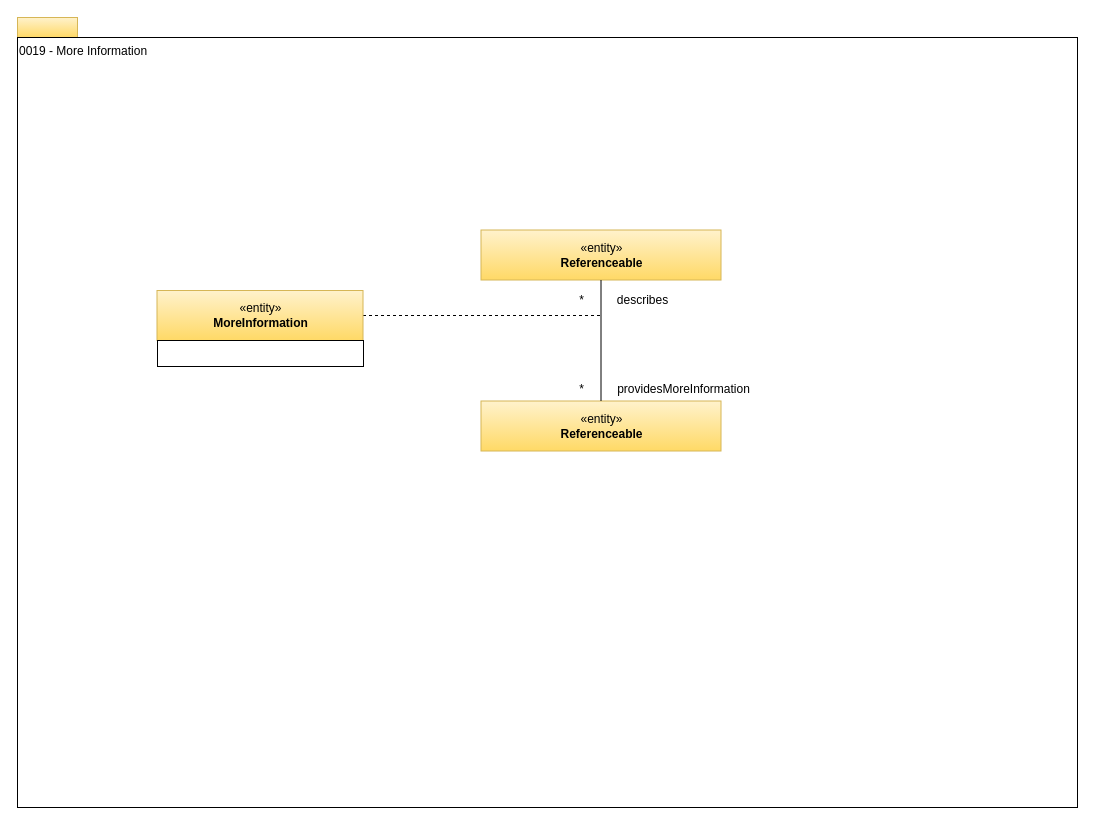
odpi/egeria keeps this draw.io diagram as page "0019-More-Information" (8 of 25) of open-metadata-publication/website/open-metadata-types/area-0-basic-types-and-infrastructure.drawio. Above is the earlier version. Source tidied: cells renumbered, new cells numbered last; positions are measured from the earlier drawing's top-left corner, leaving out a move shared by most shapes. Both pictures are drawn from the tidied source at 100%, with x=0, y=0 at pixel (17, 17).
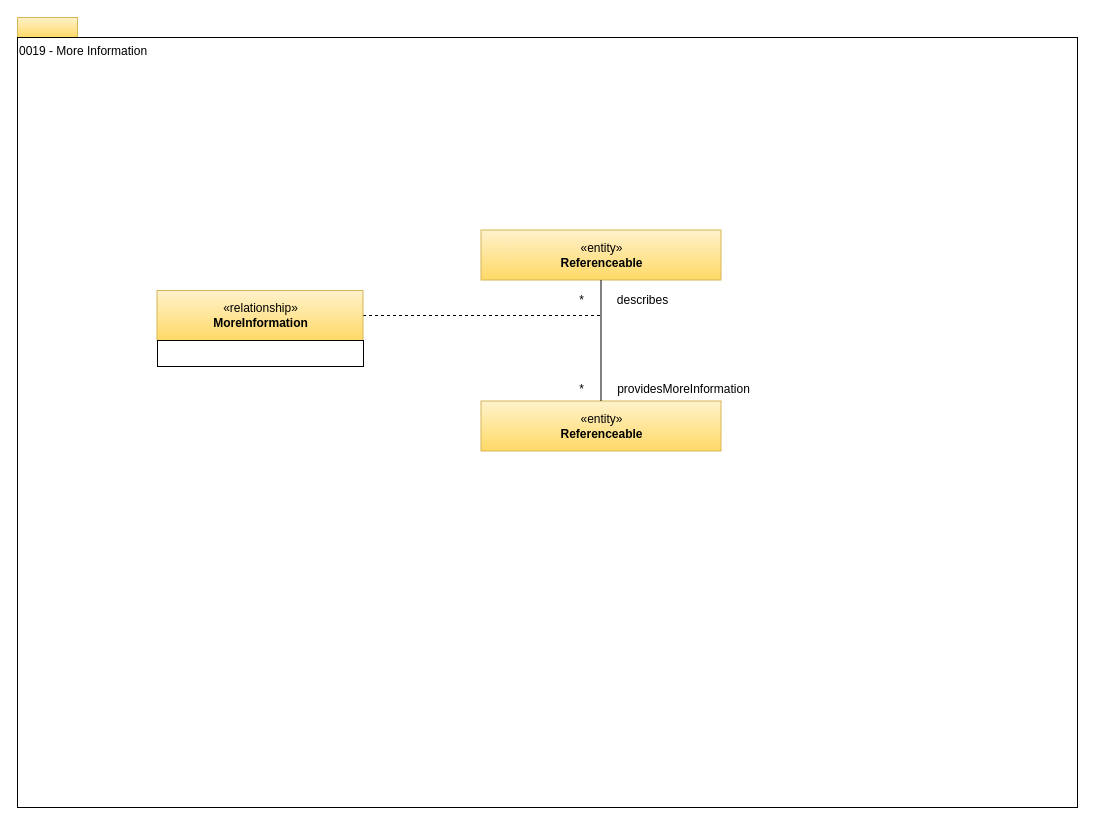
The same diagram, later.

The edit, as a diff of the source:
```diff
@@
 <mxGraphModel>
   <root>
     <mxCell id="0" />
     <mxCell id="1" parent="0" />
     <mxCell id="2" style="rounded=0;whiteSpace=wrap;html=1;align=left;fillColor=#fff2cc;strokeColor=#d6b656;gradientColor=#ffd966;" parent="1" vertex="1">
       <mxGeometry width="60" height="20" as="geometry" />
     </mxCell>
     <mxCell id="3" value="0019 - More Information" style="rounded=0;whiteSpace=wrap;html=1;align=left;verticalAlign=top;" parent="1" vertex="1">
       <mxGeometry y="20" width="1060" height="770" as="geometry" />
     </mxCell>
     <mxCell id="4" value="«entity»&lt;br&gt;&lt;b&gt;Referenceable&lt;/b&gt;" style="html=1;strokeColor=#d6b656;align=center;fillColor=#fff2cc;gradientColor=#ffd966;" parent="1" vertex="1">
       <mxGeometry x="463.5" y="212.5" width="240" height="50" as="geometry" />
     </mxCell>
     <mxCell id="5" style="edgeStyle=orthogonalEdgeStyle;rounded=0;html=1;exitX=1;exitY=0.5;dashed=1;endArrow=none;endFill=0;jettySize=auto;" parent="1" edge="1" source="6">
       <mxGeometry relative="1" as="geometry">
         <mxPoint x="585" y="298" as="targetPoint" />
       </mxGeometry>
     </mxCell>
-    <mxCell id="6" value="«entity»&lt;br&gt;&lt;b&gt;MoreInformation&lt;/b&gt;" style="html=1;strokeColor=#d6b656;align=center;fillColor=#fff2cc;gradientColor=#ffd966;" parent="1" vertex="1">
+    <mxCell id="6" value="«relationship»&lt;br&gt;&lt;b&gt;MoreInformation&lt;/b&gt;" style="html=1;strokeColor=#d6b656;align=center;fillColor=#fff2cc;gradientColor=#ffd966;" parent="1" vertex="1">
       <mxGeometry x="139.5" y="273" width="206" height="50" as="geometry" />
     </mxCell>
     <mxCell id="7" style="rounded=0;whiteSpace=wrap;html=1;strokeColor=#000000;gradientColor=#ffffff;align=left;" parent="1" vertex="1">
       <mxGeometry x="140" y="323" width="206" height="26" as="geometry" />
     </mxCell>
     <mxCell id="8" value="«entity»&lt;br&gt;&lt;b&gt;Referenceable&lt;/b&gt;" style="html=1;strokeColor=#d6b656;align=center;fillColor=#fff2cc;gradientColor=#ffd966;" parent="1" vertex="1">
       <mxGeometry x="463.5" y="383.5" width="240" height="50" as="geometry" />
     </mxCell>
     <mxCell id="9" style="edgeStyle=orthogonalEdgeStyle;rounded=0;html=1;exitX=0.5;exitY=0;entryX=0.5;entryY=1;endArrow=none;endFill=0;jettySize=auto;exitDx=0;exitDy=0;entryDx=0;entryDy=0;" parent="1" edge="1" source="8" target="4">
       <mxGeometry relative="1" as="geometry" />
     </mxCell>
     <mxCell id="10" value="describes" style="text;html=1;align=center;verticalAlign=top;spacingTop=-4;" parent="1" vertex="1">
       <mxGeometry x="594" y="273" width="61" height="14" as="geometry" />
     </mxCell>
     <mxCell id="11" value="*" style="text;html=1;align=center;verticalAlign=top;spacingTop=-4;" parent="1" vertex="1">
       <mxGeometry x="556" y="273" width="15" height="14" as="geometry" />
     </mxCell>
     <mxCell id="12" value="*" style="text;html=1;align=center;verticalAlign=top;spacingTop=-4;" parent="1" vertex="1">
       <mxGeometry x="556" y="362" width="15" height="14" as="geometry" />
     </mxCell>
     <mxCell id="13" value="providesMoreInformation" style="text;html=1;align=center;verticalAlign=top;spacingTop=-4;" parent="1" vertex="1">
       <mxGeometry x="594" y="362" width="143" height="14" as="geometry" />
     </mxCell>
   </root>
 </mxGraphModel>
```
